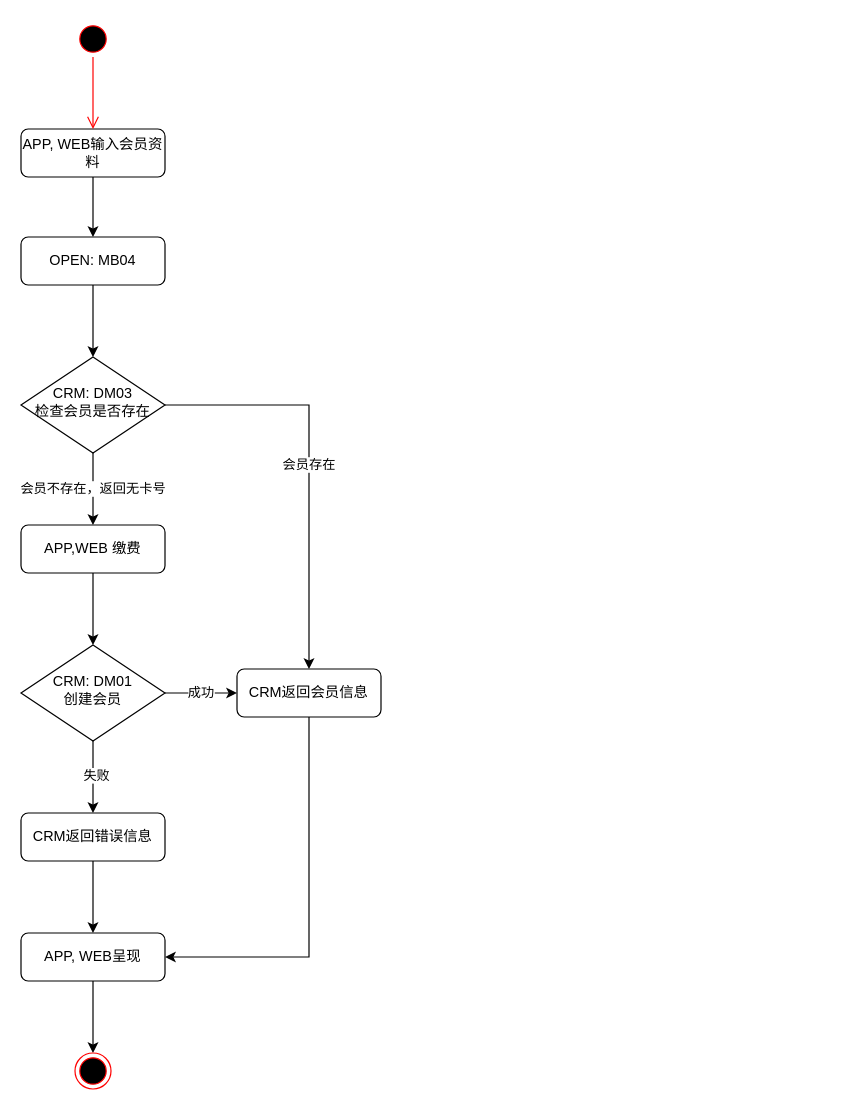
Before: page "会员注册(DM发起)" (1 of 7) of DM会员注册.drawio in luss613/draw.io, a draw.io diagram. Source tidied: cells renumbered, new cells numbered last; positions are measured from the earlier drawing's top-left corner, leaving out a move shared by most shapes. Both pictures are drawn from the tidied source at 120%, with x=0, y=0 at pixel (20, 20).
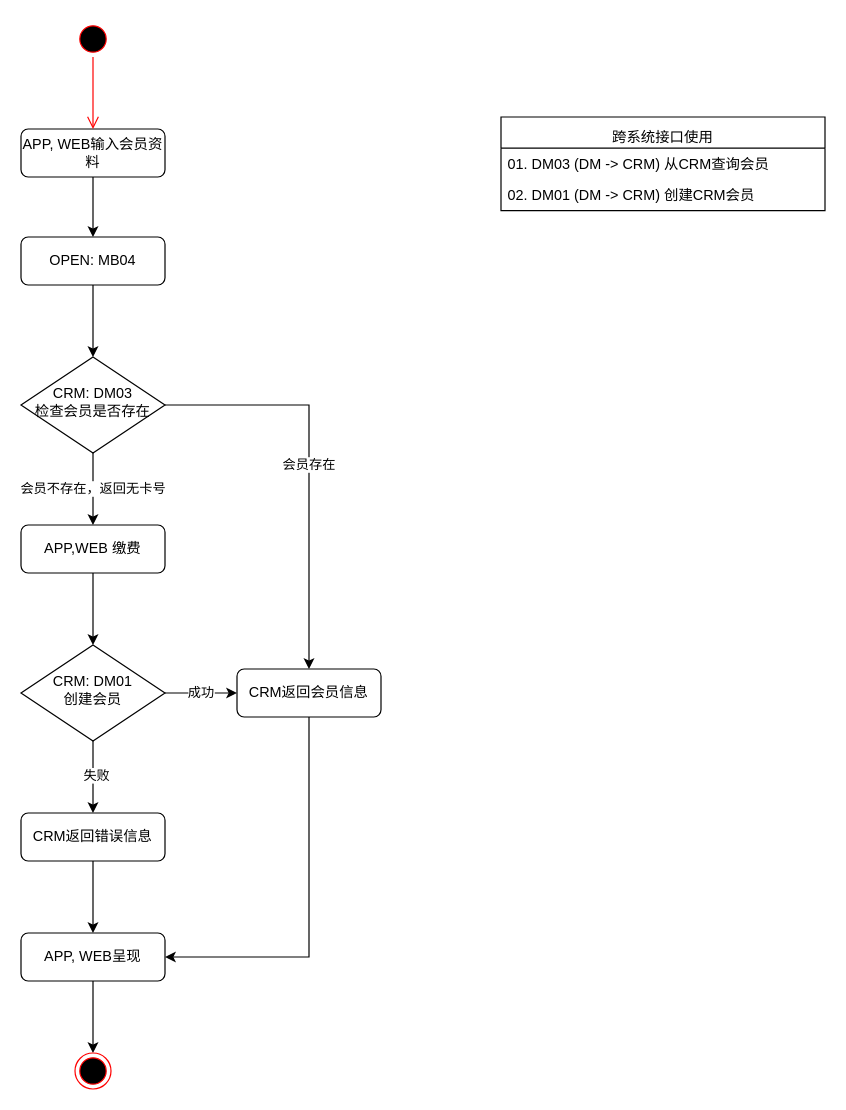
Above is the later version.

The edit, as a diff of the source:
```diff
@@
+    <mxCell id="24" value="跨系统接口使用" style="swimlane;fontStyle=0;horizontal=1;startSize=26;align=center;verticalAlign=bottom;" parent="1" vertex="1">
+      <mxGeometry x="400" y="80" width="270" height="78" as="geometry" />
+    </mxCell>
+    <mxCell id="25" value="01. DM03 (DM -&gt; CRM) 从CRM查询会员" style="text;strokeColor=none;fillColor=none;align=left;verticalAlign=top;spacingLeft=4;spacingRight=4;overflow=hidden;" parent="24" vertex="1">
+      <mxGeometry y="26" width="270" height="26" as="geometry" />
+    </mxCell>
+    <mxCell id="26" value="02. DM01 (DM -&gt; CRM) 创建CRM会员" style="text;strokeColor=none;fillColor=none;align=left;verticalAlign=top;spacingLeft=4;spacingRight=4;overflow=hidden;" parent="24" vertex="1">
+      <mxGeometry y="52" width="270" height="26" as="geometry" />
+    </mxCell>
```
